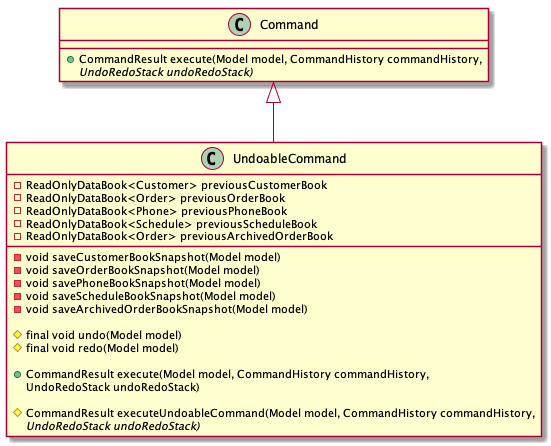
Earlier version of the PlantUML export docs/images/dg-diagram/UndoableCommandClassDiagram.png (nus-cs2103-AY1920S1/addressbook-level3).
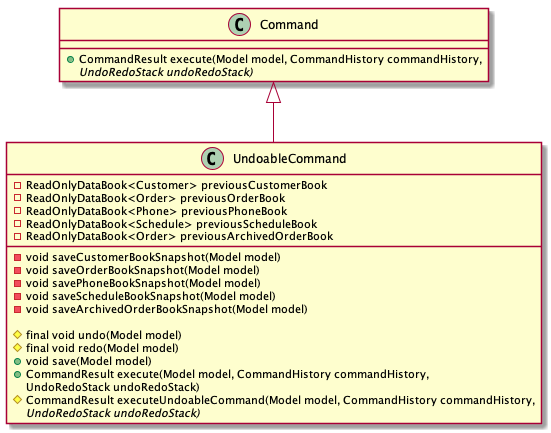
Above is the later version.

Commit message:
change diagram details

What changed in the source:
```diff
@@ -23,8 +23,12 @@
     # final void undo(Model model)
     # final void redo(Model model)
 
+
+    + void save(Model model)
     + CommandResult execute(Model model, CommandHistory commandHistory,
                        UndoRedoStack undoRedoStack)
+
+
 
     # CommandResult executeUndoableCommand(Model model, CommandHistory commandHistory,
                              UndoRedoStack undoRedoStack) {abstract}
```
